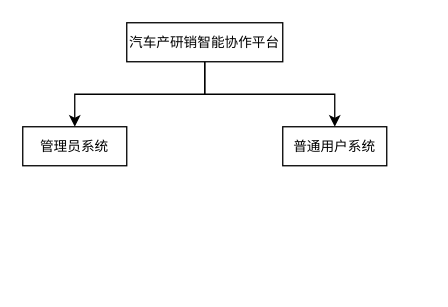
Earlier version of the draw.io diagram 系统功能模块.drawio (Chentx1243/draw.io). Source tidied: cells renumbered, new cells numbered last; positions are measured from the earlier drawing's top-left corner, leaving out a move shared by most shapes. Both pictures are drawn from the tidied source at 130%, with x=0, y=0 at pixel (22, 22).
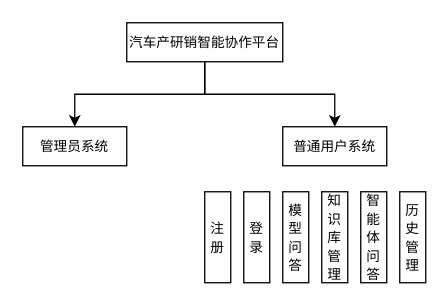
The same diagram, later.

Commit message (it also covers changes not shown here):
更新系统功能模块.drawio

Diff of the diagram source:
```diff
@@
 <mxGraphModel>
   <root>
     <mxCell id="0" />
     <mxCell id="1" parent="0" />
     <mxCell id="2" style="edgeStyle=orthogonalEdgeStyle;rounded=0;jettySize=auto;html=1;entryX=0.5;entryY=0;entryDx=0;entryDy=0;" parent="1" edge="1" source="4" target="5">
       <mxGeometry relative="1" as="geometry" />
     </mxCell>
     <mxCell id="3" style="edgeStyle=orthogonalEdgeStyle;rounded=0;jettySize=auto;html=1;entryX=0.5;entryY=0;entryDx=0;entryDy=0;" parent="1" edge="1" source="4" target="6">
       <mxGeometry relative="1" as="geometry" />
     </mxCell>
     <mxCell id="4" value="&lt;div class=&quot;lake-content&quot;&gt;&lt;span class=&quot;ne-text&quot; style=&quot;&quot;&gt;&lt;font face=&quot;宋体&quot; style=&quot;font-size: 10.5px;&quot;&gt;汽车产研销智能协作平台&lt;/font&gt;&lt;/span&gt;&lt;/div&gt;" style="rounded=0;whiteSpace=wrap;html=1;" parent="1" vertex="1">
       <mxGeometry x="80" width="120" height="30" as="geometry" />
     </mxCell>
     <mxCell id="5" value="&lt;div class=&quot;lake-content&quot;&gt;&lt;span class=&quot;ne-text&quot; style=&quot;&quot;&gt;&lt;font face=&quot;宋体&quot; style=&quot;font-size: 10.5px;&quot;&gt;管理员系统&lt;/font&gt;&lt;/span&gt;&lt;/div&gt;" style="rounded=0;whiteSpace=wrap;html=1;" parent="1" vertex="1">
       <mxGeometry y="80" width="80" height="30" as="geometry" />
     </mxCell>
     <mxCell id="6" value="&lt;div class=&quot;lake-content&quot;&gt;&lt;span class=&quot;ne-text&quot; style=&quot;&quot;&gt;&lt;font face=&quot;宋体&quot; style=&quot;font-size: 10.5px;&quot;&gt;普通用户系统&lt;/font&gt;&lt;/span&gt;&lt;/div&gt;" style="rounded=0;whiteSpace=wrap;html=1;" parent="1" vertex="1">
       <mxGeometry x="200" y="80" width="80" height="30" as="geometry" />
     </mxCell>
+    <mxCell id="7" value="&lt;div class=&quot;lake-content&quot;&gt;&lt;span class=&quot;ne-text&quot; style=&quot;&quot;&gt;&lt;font face=&quot;宋体&quot; style=&quot;font-size: 10.5px;&quot;&gt;登录&lt;/font&gt;&lt;/span&gt;&lt;/div&gt;" style="rounded=0;whiteSpace=wrap;html=1;" parent="1" vertex="1">
+      <mxGeometry x="170" y="130" width="20" height="70" as="geometry" />
+    </mxCell>
+    <mxCell id="8" value="&lt;div class=&quot;lake-content&quot;&gt;&lt;span class=&quot;ne-text&quot; style=&quot;&quot;&gt;&lt;font face=&quot;宋体&quot; style=&quot;font-size: 10.5px;&quot;&gt;注册&lt;/font&gt;&lt;/span&gt;&lt;/div&gt;" style="rounded=0;whiteSpace=wrap;html=1;" parent="1" vertex="1">
+      <mxGeometry x="140" y="130" width="20" height="70" as="geometry" />
+    </mxCell>
+    <mxCell id="9" value="&lt;div class=&quot;lake-content&quot;&gt;&lt;span class=&quot;ne-text&quot; style=&quot;&quot;&gt;&lt;font face=&quot;宋体&quot; style=&quot;font-size: 10.5px;&quot;&gt;模型问答&lt;/font&gt;&lt;/span&gt;&lt;/div&gt;" style="rounded=0;whiteSpace=wrap;html=1;" parent="1" vertex="1">
+      <mxGeometry x="200" y="130" width="20" height="70" as="geometry" />
+    </mxCell>
+    <mxCell id="10" value="&lt;div class=&quot;lake-content&quot;&gt;&lt;span class=&quot;ne-text&quot; style=&quot;&quot;&gt;&lt;font face=&quot;宋体&quot; style=&quot;font-size: 10.5px;&quot;&gt;知识库管理&lt;/font&gt;&lt;/span&gt;&lt;/div&gt;" style="rounded=0;whiteSpace=wrap;html=1;" parent="1" vertex="1">
+      <mxGeometry x="230" y="130" width="20" height="70" as="geometry" />
+    </mxCell>
+    <mxCell id="11" value="&lt;div class=&quot;lake-content&quot;&gt;&lt;span class=&quot;ne-text&quot; style=&quot;&quot;&gt;&lt;font face=&quot;宋体&quot; style=&quot;font-size: 10.5px;&quot;&gt;智能体问答&lt;/font&gt;&lt;/span&gt;&lt;/div&gt;" style="rounded=0;whiteSpace=wrap;html=1;" parent="1" vertex="1">
+      <mxGeometry x="260" y="130" width="20" height="70" as="geometry" />
+    </mxCell>
+    <mxCell id="12" value="&lt;div class=&quot;lake-content&quot;&gt;&lt;font face=&quot;宋体&quot;&gt;&lt;span style=&quot;font-size: 10.5px;&quot;&gt;历史管理&lt;/span&gt;&lt;/font&gt;&lt;/div&gt;" style="rounded=0;whiteSpace=wrap;html=1;" parent="1" vertex="1">
+      <mxGeometry x="290" y="130" width="20" height="70" as="geometry" />
+    </mxCell>
   </root>
 </mxGraphModel>
```
